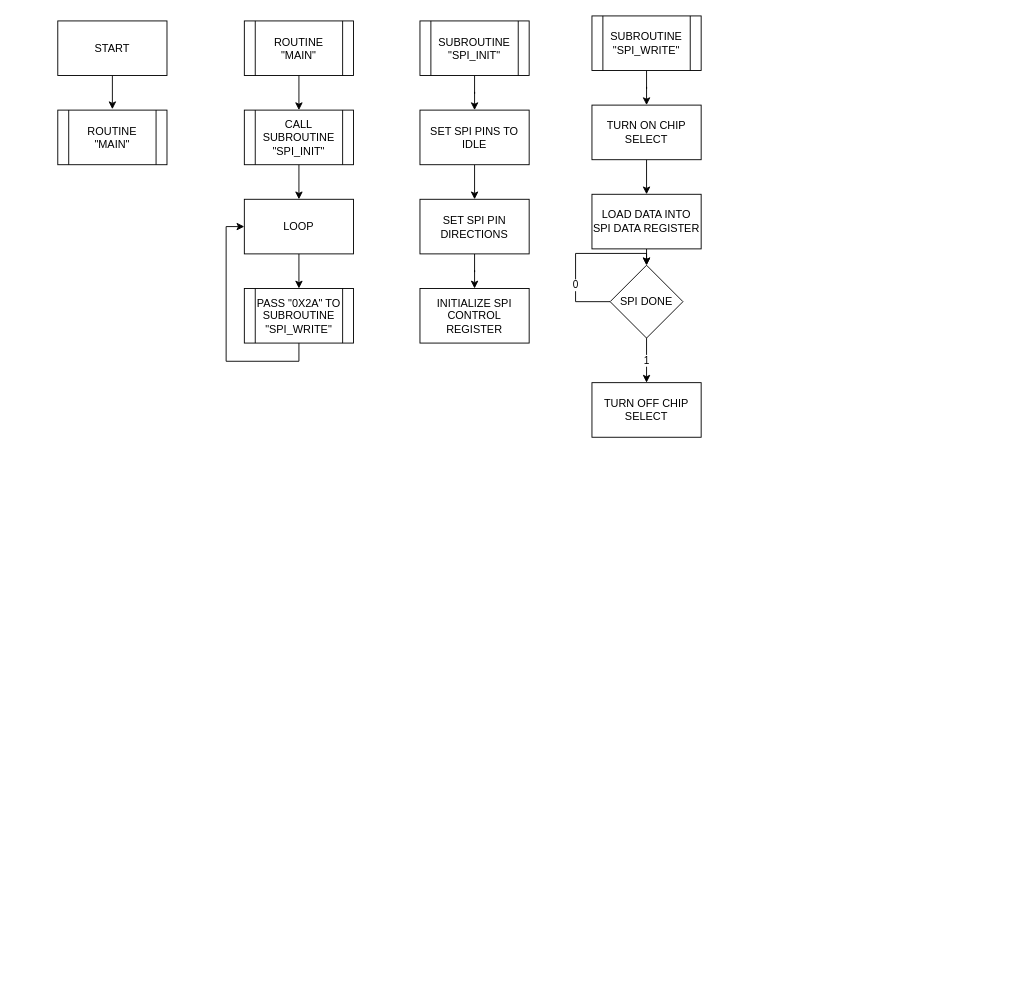
Before: lab_6_diagram.drawio in S-Miller-UFL/Accelerometer, a draw.io diagram. Source tidied: cells renumbered, new cells numbered last; positions are measured from the earlier drawing's top-left corner, leaving out a move shared by most shapes. Both pictures are drawn from the tidied source at 91%, with x=0, y=0 at pixel (57, 15).
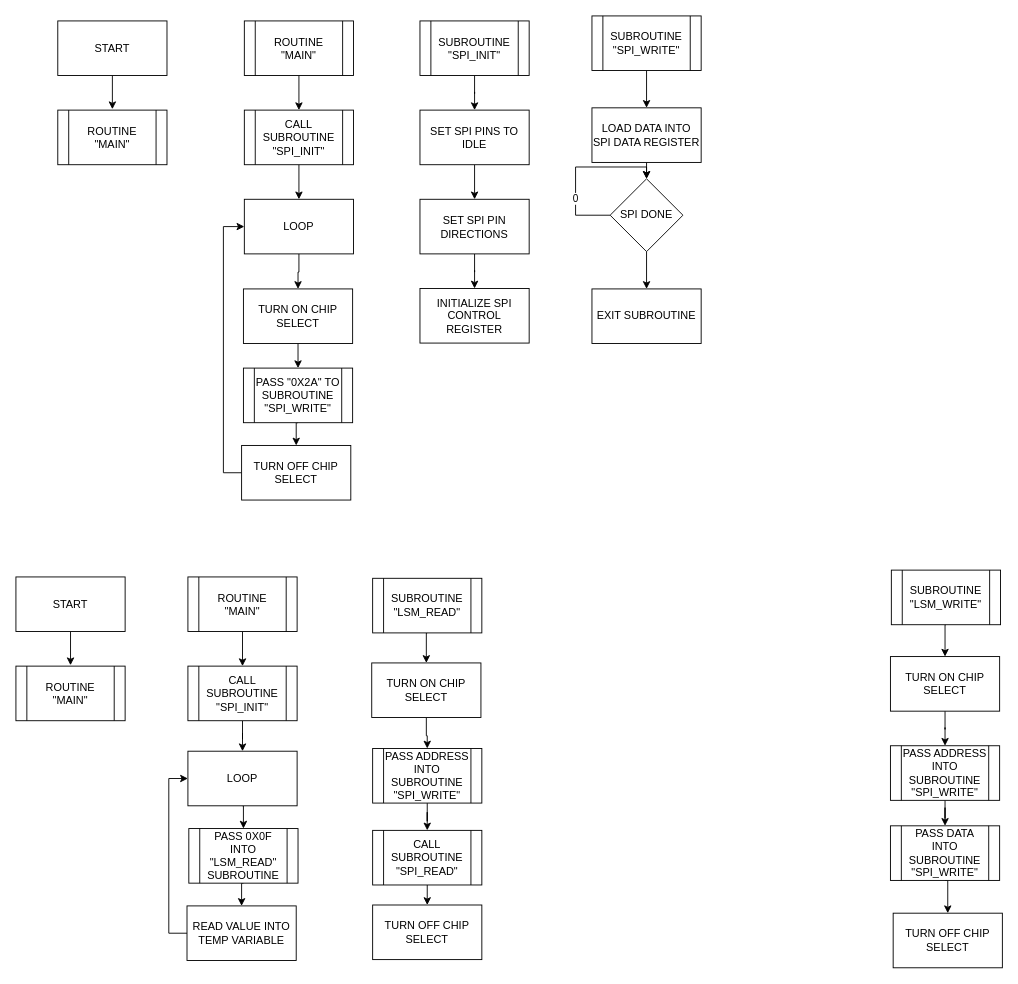
Above is the later version.

The change refers to these unchanged cells:
```xml
<mxCell id="10" value="LOOP" style="rounded=0;whiteSpace=wrap;html=1;" parent="1" vertex="1">
  <mxGeometry x="205" y="201.5" width="120" height="60" as="geometry" />
</mxCell>
<mxCell id="21" value="SUBROUTINE &quot;SPI_WRITE&quot;" style="shape=process;whiteSpace=wrap;html=1;backgroundOutline=1;" parent="1" vertex="1">
  <mxGeometry x="587" width="120" height="60" as="geometry" />
</mxCell>
```

What changed in the source:
```diff
@@
-    <mxCell id="9" style="edgeStyle=orthogonalEdgeStyle;rounded=0;jettySize=auto;html=1;exitX=0.5;exitY=1;exitDx=0;exitDy=0;entryX=0.5;entryY=0;entryDx=0;entryDy=0;" parent="1" edge="1" source="10" target="12">
-      <mxGeometry relative="1" as="geometry" />
-    </mxCell>
+    <mxCell id="30" style="edgeStyle=orthogonalEdgeStyle;rounded=0;jettySize=auto;html=1;" parent="1" edge="1" source="10" target="35">
+      <mxGeometry relative="1" as="geometry" />
+    </mxCell>
@@
-    <mxCell id="11" style="edgeStyle=orthogonalEdgeStyle;rounded=0;jettySize=auto;html=1;exitX=0.5;exitY=1;exitDx=0;exitDy=0;entryX=0;entryY=0.5;entryDx=0;entryDy=0;" parent="1" edge="1" source="12" target="10">
-      <mxGeometry relative="1" as="geometry" />
-    </mxCell>
+    <mxCell id="31" style="edgeStyle=orthogonalEdgeStyle;rounded=0;jettySize=auto;html=1;exitX=0.5;exitY=1;exitDx=0;exitDy=0;entryX=0.5;entryY=0;entryDx=0;entryDy=0;" parent="1" edge="1" source="12" target="26">
+      <mxGeometry relative="1" as="geometry" />
+    </mxCell>
     <mxCell id="12" value="PASS &quot;0X2A&quot; TO SUBROUTINE &quot;SPI_WRITE&quot;" style="shape=process;whiteSpace=wrap;html=1;backgroundOutline=1;" parent="1" vertex="1">
-      <mxGeometry x="205" y="299.5" width="120" height="60" as="geometry" />
+      <mxGeometry x="204" y="387" width="120" height="60" as="geometry" />
     </mxCell>
@@
-    <mxCell id="20" style="edgeStyle=orthogonalEdgeStyle;rounded=0;jettySize=auto;html=1;exitX=0.5;exitY=1;exitDx=0;exitDy=0;" parent="1" edge="1" source="21" target="23">
-      <mxGeometry relative="1" as="geometry" />
-    </mxCell>
+    <mxCell id="32" style="edgeStyle=orthogonalEdgeStyle;rounded=0;jettySize=auto;html=1;exitX=0.5;exitY=1;exitDx=0;exitDy=0;entryX=0.5;entryY=0;entryDx=0;entryDy=0;" parent="1" edge="1" source="21" target="25">
+      <mxGeometry relative="1" as="geometry" />
+    </mxCell>
@@
-    <mxCell id="22" style="edgeStyle=orthogonalEdgeStyle;rounded=0;jettySize=auto;html=1;exitX=0.5;exitY=1;exitDx=0;exitDy=0;entryX=0.5;entryY=0;entryDx=0;entryDy=0;" parent="1" edge="1" source="23" target="25">
-      <mxGeometry relative="1" as="geometry" />
-    </mxCell>
-    <mxCell id="23" value="TURN ON CHIP SELECT" style="rounded=0;whiteSpace=wrap;html=1;" parent="1" vertex="1">
-      <mxGeometry x="587" y="98" width="120" height="60" as="geometry" />
-    </mxCell>
@@
     <mxCell id="25" value="LOAD DATA INTO SPI DATA REGISTER" style="rounded=0;whiteSpace=wrap;html=1;" parent="1" vertex="1">
-      <mxGeometry x="587" y="196" width="120" height="60" as="geometry" />
+      <mxGeometry x="587" y="101" width="120" height="60" as="geometry" />
     </mxCell>
+    <mxCell id="28" value="0" style="edgeStyle=orthogonalEdgeStyle;rounded=0;orthogonalLoop=1;jettySize=auto;html=1;exitX=0;exitY=0.5;exitDx=0;exitDy=0;entryX=0.5;entryY=0;entryDx=0;entryDy=0;" parent="1" edge="1" source="29" target="29">
+      <mxGeometry x="-0.39" relative="1" as="geometry">
+        <Array as="points">
+          <mxPoint x="569" y="219" />
+          <mxPoint x="569" y="166" />
+          <mxPoint x="647" y="166" />
+        </Array>
+      </mxGeometry>
+    </mxCell>
+    <mxCell id="33" style="edgeStyle=orthogonalEdgeStyle;rounded=0;jettySize=auto;html=1;" parent="1" edge="1" source="29" target="37">
+      <mxGeometry relative="1" as="geometry" />
+    </mxCell>
+    <mxCell id="29" value="SPI DONE" style="rhombus;whiteSpace=wrap;html=1;" parent="1" vertex="1">
+      <mxGeometry x="607" y="179" width="80" height="80" as="geometry" />
+    </mxCell>
+    <mxCell id="34" style="edgeStyle=orthogonalEdgeStyle;rounded=0;jettySize=auto;html=1;exitX=0.5;exitY=1;exitDx=0;exitDy=0;entryX=0.5;entryY=0;entryDx=0;entryDy=0;" parent="1" edge="1" source="35" target="12">
+      <mxGeometry relative="1" as="geometry" />
+    </mxCell>
+    <mxCell id="35" value="TURN ON CHIP SELECT" style="rounded=0;whiteSpace=wrap;html=1;" parent="1" vertex="1">
+      <mxGeometry x="204" y="300" width="120" height="60" as="geometry" />
+    </mxCell>
+    <mxCell id="36" style="edgeStyle=orthogonalEdgeStyle;rounded=0;jettySize=auto;html=1;exitX=0;exitY=0.5;exitDx=0;exitDy=0;entryX=0;entryY=0.5;entryDx=0;entryDy=0;" parent="1" edge="1" source="26" target="10">
+      <mxGeometry relative="1" as="geometry" />
+    </mxCell>
     <mxCell id="26" value="TURN OFF CHIP SELECT" style="rounded=0;whiteSpace=wrap;html=1;" parent="1" vertex="1">
-      <mxGeometry x="587" y="403" width="120" height="60" as="geometry" />
+      <mxGeometry x="202" y="472" width="120" height="60" as="geometry" />
     </mxCell>
-    <mxCell id="27" value="1" style="edgeStyle=orthogonalEdgeStyle;rounded=0;jettySize=auto;html=1;exitX=0.5;exitY=1;exitDx=0;exitDy=0;entryX=0.5;entryY=0;entryDx=0;entryDy=0;" parent="1" edge="1" source="29" target="26">
-      <mxGeometry relative="1" as="geometry" />
-    </mxCell>
-    <mxCell id="28" value="0" style="edgeStyle=orthogonalEdgeStyle;rounded=0;orthogonalLoop=1;jettySize=auto;html=1;exitX=0;exitY=0.5;exitDx=0;exitDy=0;entryX=0.5;entryY=0;entryDx=0;entryDy=0;" parent="1" edge="1" source="29" target="29">
-      <mxGeometry x="-0.39" relative="1" as="geometry">
-        <Array as="points">
-          <mxPoint x="569" y="314" />
-          <mxPoint x="569" y="261" />
-          <mxPoint x="647" y="261" />
-        </Array>
-      </mxGeometry>
-    </mxCell>
-    <mxCell id="29" value="SPI DONE" style="rhombus;whiteSpace=wrap;html=1;" parent="1" vertex="1">
-      <mxGeometry x="607" y="274" width="80" height="80" as="geometry" />
-    </mxCell>
+    <mxCell id="37" value="EXIT SUBROUTINE" style="whiteSpace=wrap;html=1;" parent="1" vertex="1">
+      <mxGeometry x="587" y="300" width="120" height="60" as="geometry" />
+    </mxCell>
+    <mxCell id="38" style="edgeStyle=orthogonalEdgeStyle;rounded=0;jettySize=auto;html=1;exitX=0.5;exitY=1;exitDx=0;exitDy=0;entryX=0.5;entryY=0;entryDx=0;entryDy=0;" parent="1" edge="1" source="39">
+      <mxGeometry relative="1" as="geometry">
+        <mxPoint x="14" y="713.5" as="targetPoint" />
+      </mxGeometry>
+    </mxCell>
+    <mxCell id="39" value="START" style="rounded=0;whiteSpace=wrap;html=1;" parent="1" vertex="1">
+      <mxGeometry x="-46" y="616.5" width="120" height="60" as="geometry" />
+    </mxCell>
+    <mxCell id="40" value="ROUTINE &quot;MAIN&quot;" style="shape=process;whiteSpace=wrap;html=1;backgroundOutline=1;" parent="1" vertex="1">
+      <mxGeometry x="-46" y="714.5" width="120" height="60" as="geometry" />
+    </mxCell>
+    <mxCell id="41" style="edgeStyle=orthogonalEdgeStyle;rounded=0;jettySize=auto;html=1;exitX=0.5;exitY=1;exitDx=0;exitDy=0;entryX=0.5;entryY=0;entryDx=0;entryDy=0;" parent="1" edge="1" source="42">
+      <mxGeometry relative="1" as="geometry">
+        <mxPoint x="203" y="714.5" as="targetPoint" />
+      </mxGeometry>
+    </mxCell>
+    <mxCell id="42" value="ROUTINE &quot;MAIN&quot;" style="shape=process;whiteSpace=wrap;html=1;backgroundOutline=1;" parent="1" vertex="1">
+      <mxGeometry x="143" y="616.5" width="120" height="60" as="geometry" />
+    </mxCell>
+    <mxCell id="43" style="edgeStyle=orthogonalEdgeStyle;rounded=0;jettySize=auto;html=1;" parent="1" edge="1" source="44" target="53">
+      <mxGeometry relative="1" as="geometry" />
+    </mxCell>
+    <mxCell id="44" value="CALL SUBROUTINE &quot;SPI_INIT&quot;" style="shape=process;whiteSpace=wrap;html=1;backgroundOutline=1;" parent="1" vertex="1">
+      <mxGeometry x="143" y="714.5" width="120" height="60" as="geometry" />
+    </mxCell>
+    <mxCell id="45" style="edgeStyle=orthogonalEdgeStyle;rounded=0;jettySize=auto;html=1;exitX=0.5;exitY=1;exitDx=0;exitDy=0;entryX=0.5;entryY=0;entryDx=0;entryDy=0;" parent="1" edge="1" source="46" target="63">
+      <mxGeometry relative="1" as="geometry" />
+    </mxCell>
+    <mxCell id="46" value="SUBROUTINE &quot;LSM_WRITE&quot;" style="shape=process;whiteSpace=wrap;html=1;backgroundOutline=1;" parent="1" vertex="1">
+      <mxGeometry x="916" y="609" width="120" height="60" as="geometry" />
+    </mxCell>
+    <mxCell id="47" style="edgeStyle=orthogonalEdgeStyle;rounded=0;jettySize=auto;html=1;exitX=0.5;exitY=1;exitDx=0;exitDy=0;entryX=0.5;entryY=0;entryDx=0;entryDy=0;" parent="1" edge="1" source="48" target="50">
+      <mxGeometry relative="1" as="geometry" />
+    </mxCell>
+    <mxCell id="48" value="SUBROUTINE &quot;LSM_READ&quot;" style="shape=process;whiteSpace=wrap;html=1;backgroundOutline=1;" parent="1" vertex="1">
+      <mxGeometry x="346" y="618" width="120" height="60" as="geometry" />
+    </mxCell>
+    <mxCell id="49" style="edgeStyle=orthogonalEdgeStyle;rounded=0;jettySize=auto;html=1;" parent="1" edge="1" source="50" target="59">
+      <mxGeometry relative="1" as="geometry" />
+    </mxCell>
+    <mxCell id="50" value="TURN ON CHIP SELECT" style="rounded=0;whiteSpace=wrap;html=1;" parent="1" vertex="1">
+      <mxGeometry x="345" y="711" width="120" height="60" as="geometry" />
+    </mxCell>
+    <mxCell id="51" value="TURN OFF CHIP SELECT" style="whiteSpace=wrap;html=1;rounded=0;" parent="1" vertex="1">
+      <mxGeometry x="346" y="977" width="120" height="60" as="geometry" />
+    </mxCell>
+    <mxCell id="52" style="edgeStyle=orthogonalEdgeStyle;rounded=0;jettySize=auto;html=1;exitX=0.5;exitY=1;exitDx=0;exitDy=0;entryX=0.5;entryY=0;entryDx=0;entryDy=0;" parent="1" edge="1" source="53" target="55">
+      <mxGeometry relative="1" as="geometry" />
+    </mxCell>
+    <mxCell id="53" value="LOOP" style="whiteSpace=wrap;html=1;" parent="1" vertex="1">
+      <mxGeometry x="143" y="808" width="120" height="60" as="geometry" />
+    </mxCell>
+    <mxCell id="54" style="edgeStyle=orthogonalEdgeStyle;rounded=0;jettySize=auto;html=1;exitX=0.5;exitY=1;exitDx=0;exitDy=0;entryX=0.5;entryY=0;entryDx=0;entryDy=0;" parent="1" edge="1" source="55" target="57">
+      <mxGeometry relative="1" as="geometry" />
+    </mxCell>
+    <mxCell id="55" value="PASS 0X0F INTO &quot;LSM_READ&quot; SUBROUTINE" style="shape=process;whiteSpace=wrap;html=1;backgroundOutline=1;" parent="1" vertex="1">
+      <mxGeometry x="144" y="893" width="120" height="60" as="geometry" />
+    </mxCell>
+    <mxCell id="56" style="edgeStyle=orthogonalEdgeStyle;rounded=0;jettySize=auto;html=1;exitX=0;exitY=0.5;exitDx=0;exitDy=0;entryX=0;entryY=0.5;entryDx=0;entryDy=0;" parent="1" edge="1" source="57" target="53">
+      <mxGeometry relative="1" as="geometry" />
+    </mxCell>
+    <mxCell id="57" value="READ VALUE INTO TEMP VARIABLE" style="rounded=0;whiteSpace=wrap;html=1;" parent="1" vertex="1">
+      <mxGeometry x="142" y="978" width="120" height="60" as="geometry" />
+    </mxCell>
+    <mxCell id="58" style="edgeStyle=orthogonalEdgeStyle;rounded=0;jettySize=auto;html=1;" parent="1" edge="1" source="59" target="61">
+      <mxGeometry relative="1" as="geometry" />
+    </mxCell>
+    <mxCell id="59" value="PASS ADDRESS INTO SUBROUTINE &quot;SPI_WRITE&quot;" style="shape=process;whiteSpace=wrap;html=1;backgroundOutline=1;rounded=0;" parent="1" vertex="1">
+      <mxGeometry x="346" y="805" width="120" height="60" as="geometry" />
+    </mxCell>
+    <mxCell id="60" style="edgeStyle=orthogonalEdgeStyle;rounded=0;jettySize=auto;html=1;exitX=0.5;exitY=1;exitDx=0;exitDy=0;entryX=0.5;entryY=0;entryDx=0;entryDy=0;" parent="1" edge="1" source="61" target="51">
+      <mxGeometry relative="1" as="geometry" />
+    </mxCell>
+    <mxCell id="61" value="CALL SUBROUTINE &quot;SPI_READ&quot;" style="shape=process;whiteSpace=wrap;html=1;backgroundOutline=1;rounded=0;" parent="1" vertex="1">
+      <mxGeometry x="346" y="895" width="120" height="60" as="geometry" />
+    </mxCell>
+    <mxCell id="62" style="edgeStyle=orthogonalEdgeStyle;rounded=0;jettySize=auto;html=1;" parent="1" edge="1" source="63" target="66">
+      <mxGeometry relative="1" as="geometry" />
+    </mxCell>
+    <mxCell id="63" value="TURN ON CHIP SELECT" style="rounded=0;whiteSpace=wrap;html=1;" parent="1" vertex="1">
+      <mxGeometry x="915" y="704" width="120" height="60" as="geometry" />
+    </mxCell>
+    <mxCell id="64" value="TURN OFF CHIP SELECT" style="whiteSpace=wrap;html=1;rounded=0;" parent="1" vertex="1">
+      <mxGeometry x="918" y="986" width="120" height="60" as="geometry" />
+    </mxCell>
+    <mxCell id="65" style="edgeStyle=orthogonalEdgeStyle;rounded=0;jettySize=auto;html=1;" parent="1" edge="1" source="66" target="68">
+      <mxGeometry relative="1" as="geometry" />
+    </mxCell>
+    <mxCell id="66" value="PASS ADDRESS INTO SUBROUTINE &quot;SPI_WRITE&quot;" style="shape=process;whiteSpace=wrap;html=1;backgroundOutline=1;rounded=0;" parent="1" vertex="1">
+      <mxGeometry x="915" y="802" width="120" height="60" as="geometry" />
+    </mxCell>
+    <mxCell id="67" style="edgeStyle=orthogonalEdgeStyle;rounded=0;jettySize=auto;html=1;exitX=0.5;exitY=1;exitDx=0;exitDy=0;entryX=0.5;entryY=0;entryDx=0;entryDy=0;" parent="1" edge="1" source="68" target="64">
+      <mxGeometry relative="1" as="geometry" />
+    </mxCell>
+    <mxCell id="68" value="PASS DATA INTO SUBROUTINE &quot;SPI_WRITE&quot;" style="shape=process;whiteSpace=wrap;html=1;backgroundOutline=1;rounded=0;" parent="1" vertex="1">
+      <mxGeometry x="915" y="890" width="120" height="60" as="geometry" />
+    </mxCell>
```
